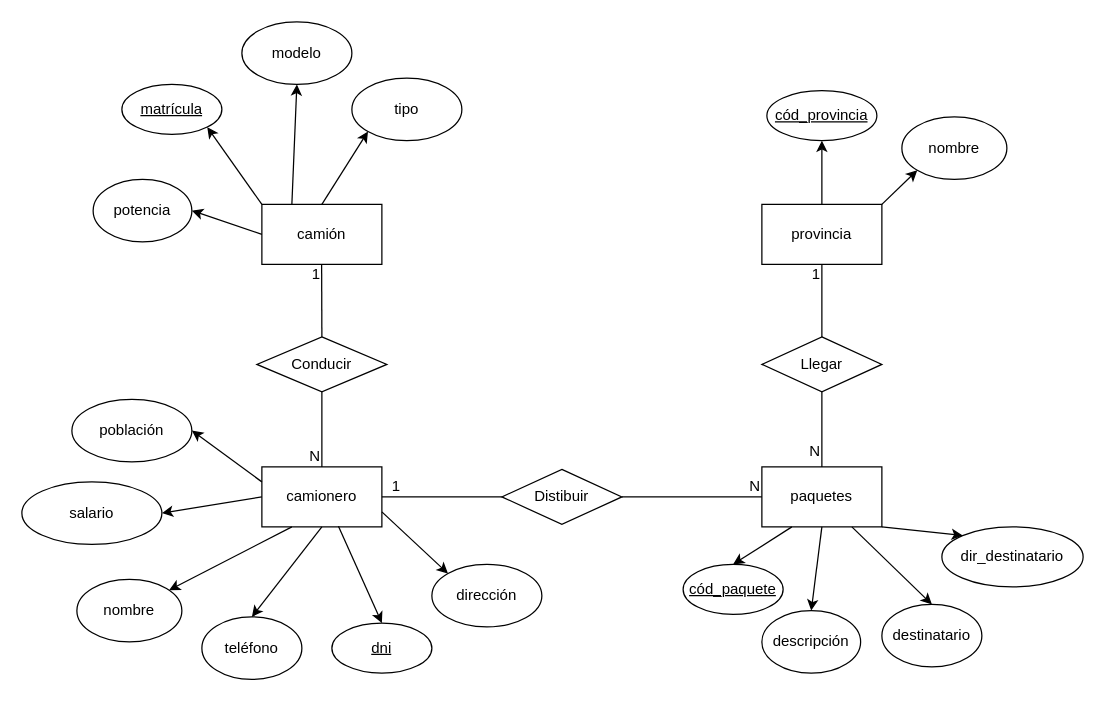
Before: ejercicio 2 DER.drawio in Kevchuuu/Base-de-datos-, a draw.io diagram. Source tidied: cells renumbered, new cells numbered last; positions are measured from the earlier drawing's top-left corner, leaving out a move shared by most shapes. Both pictures are drawn from the tidied source at 125%, with x=0, y=0 at pixel (21, 21).
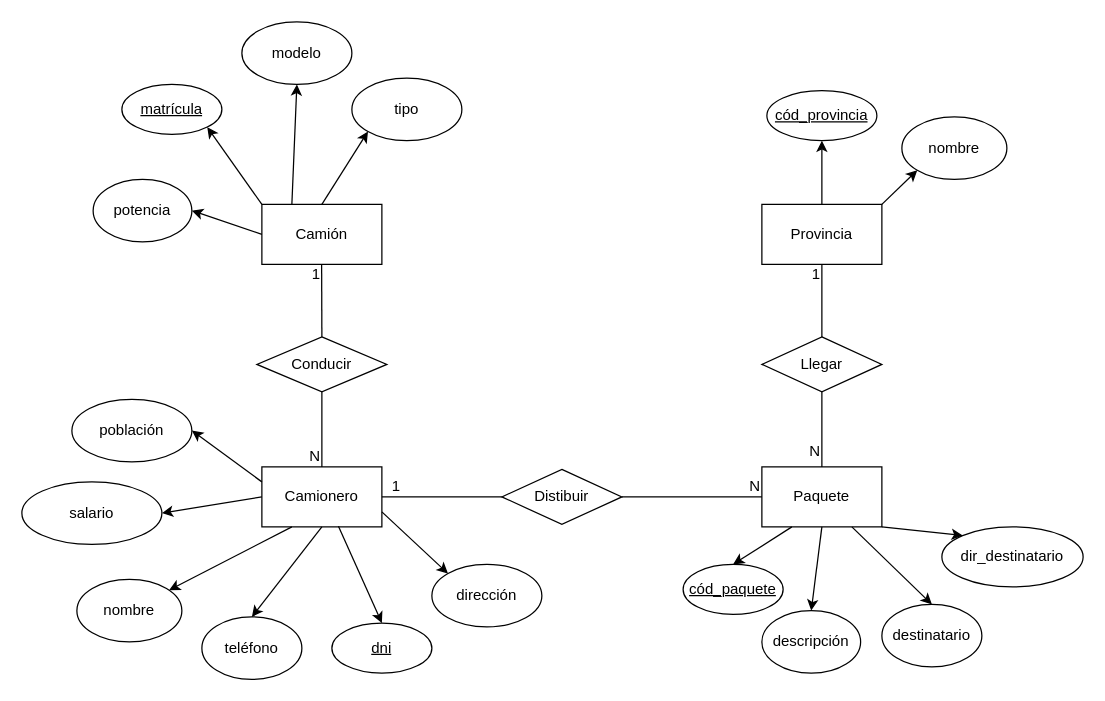
After the change.

Change to the diagram source:
```diff
@@
-    <mxCell id="2" value="camionero" style="rounded=0;whiteSpace=wrap;html=1;" parent="1" vertex="1">
+    <mxCell id="2" value="Camionero" style="rounded=0;whiteSpace=wrap;html=1;" parent="1" vertex="1">
       <mxGeometry x="192" y="356" width="96" height="48" as="geometry" />
     </mxCell>
@@
-    <mxCell id="14" value="camión" style="rounded=0;whiteSpace=wrap;html=1;" parent="1" vertex="1">
+    <mxCell id="14" value="Camión" style="rounded=0;whiteSpace=wrap;html=1;" parent="1" vertex="1">
       <mxGeometry x="192" y="146" width="96" height="48" as="geometry" />
     </mxCell>
@@
-    <mxCell id="20" value="paquetes" style="rounded=0;whiteSpace=wrap;html=1;" parent="1" vertex="1">
+    <mxCell id="20" value="Paquete" style="rounded=0;whiteSpace=wrap;html=1;" parent="1" vertex="1">
       <mxGeometry x="592" y="356" width="96" height="48" as="geometry" />
     </mxCell>
@@
-    <mxCell id="43" value="provincia" style="rounded=0;whiteSpace=wrap;html=1;" parent="1" vertex="1">
+    <mxCell id="43" value="Provincia" style="rounded=0;whiteSpace=wrap;html=1;" parent="1" vertex="1">
       <mxGeometry x="592" y="146" width="96" height="48" as="geometry" />
     </mxCell>
```
